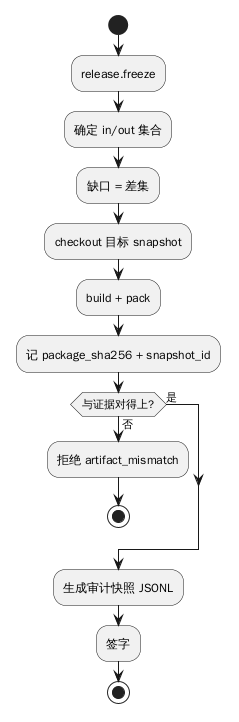
This is design/diagrams/p8-release.png from raitpor/dsh-software-dev-office, a PlantUML export, as it was before one commit. Its diagram source:
```plantuml
@startuml
start
:release.freeze;
:确定 in/out 集合;
:缺口 = 差集;
:checkout 目标 snapshot;
:build + pack;
:记 package_sha256 + snapshot_id;
if (与证据对得上?) then (否)
  :拒绝 artifact_mismatch;
  stop
else (是)
endif
:生成审计快照 JSONL;
:签字;
stop
@enduml
```
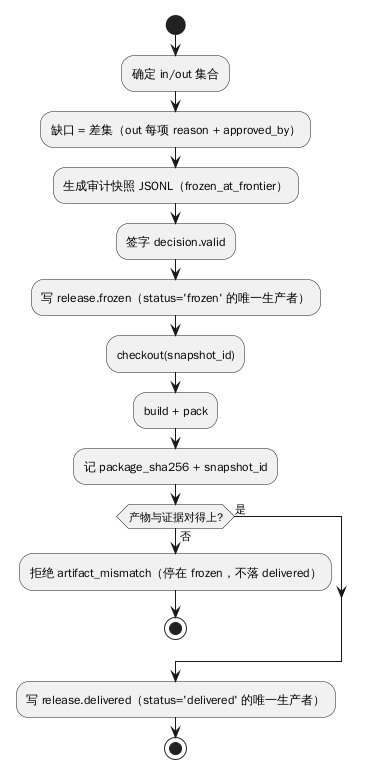
Above is the later version.

The edit, as a diff of the source:
```diff
@@ -1,17 +1,18 @@
 @startuml
 start
-:release.freeze;
 :确定 in/out 集合;
-:缺口 = 差集;
-:checkout 目标 snapshot;
+:缺口 = 差集（out 每项 reason + approved_by）;
+:生成审计快照 JSONL（frozen_at_frontier）;
+:签字 decision.valid;
+:写 release.frozen（status='frozen' 的唯一生产者）;
+:checkout(snapshot_id);
 :build + pack;
 :记 package_sha256 + snapshot_id;
-if (与证据对得上?) then (否)
-  :拒绝 artifact_mismatch;
+if (产物与证据对得上?) then (否)
+  :拒绝 artifact_mismatch（停在 frozen，不落 delivered）;
   stop
 else (是)
 endif
-:生成审计快照 JSONL;
-:签字;
+:写 release.delivered（status='delivered' 的唯一生产者）;
 stop
 @enduml
```
